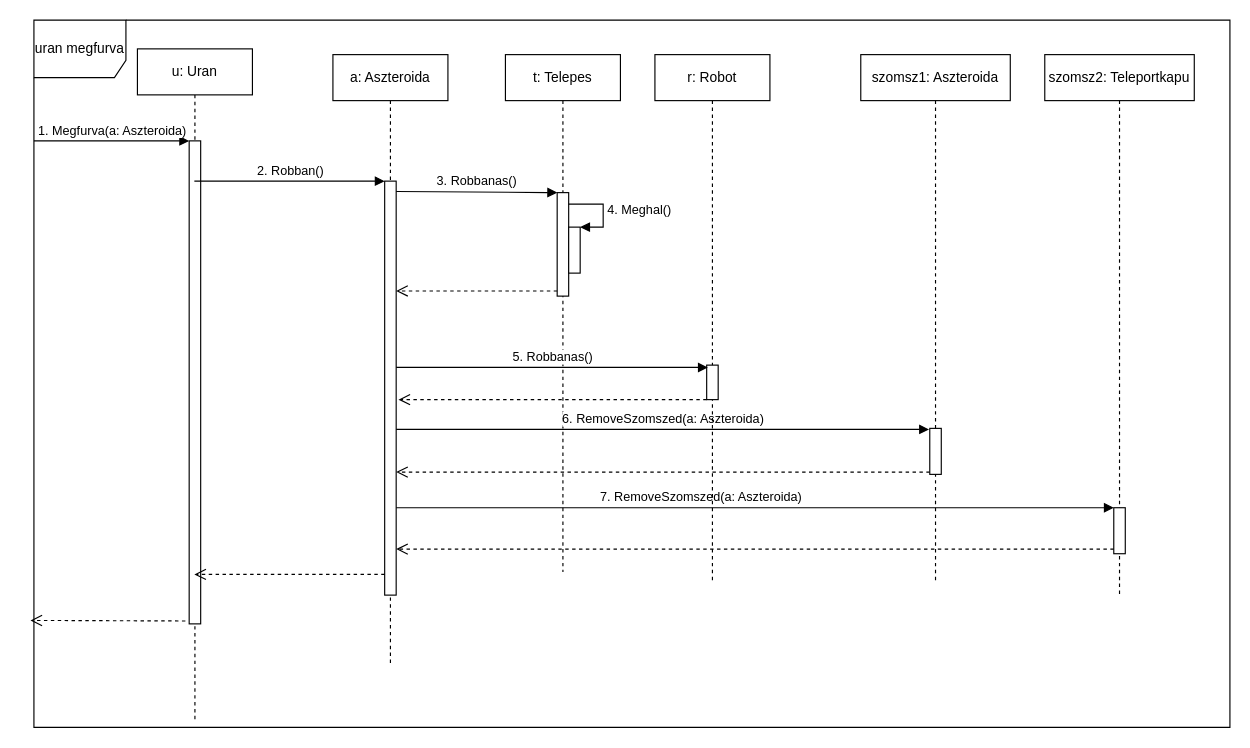
Before: page "aszteroida robban" (2 of 5) of doc/szekvencia/szek_UranLerak.drawio in torpeBoiGo/aszteroidabanyaszat, a draw.io diagram. Source tidied: cells renumbered, new cells numbered last; positions are measured from the earlier drawing's top-left corner, leaving out a move shared by most shapes. Both pictures are drawn from the tidied source at 115%, with x=0, y=0 at pixel (30, 20).
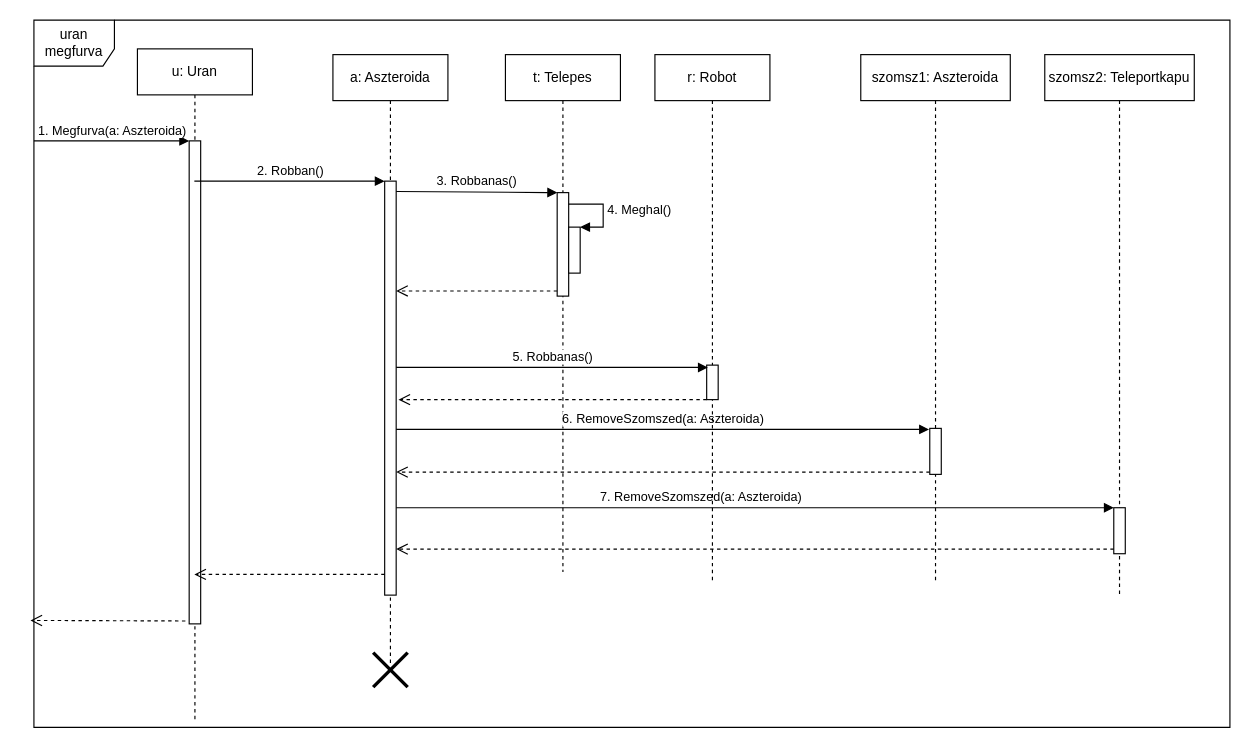
After the change.

Commit message:
Update szek_UranLerak.drawio: lifeline vege felrakva

The change refers to these unchanged cells:
```xml
<mxCell id="6" value="a: Aszteroida" style="shape=umlLifeline;perimeter=lifelinePerimeter;whiteSpace=wrap;html=1;" parent="1" vertex="1">
  <mxGeometry x="263" y="30" width="100" height="530" as="geometry" />
</mxCell>
```

What changed in the source:
```diff
@@
-    <mxCell id="2" value="uran megfurva" style="shape=umlFrame;whiteSpace=wrap;html=1;width=80;height=50;" parent="1" vertex="1">
+    <mxCell id="2" value="uran megfurva" style="shape=umlFrame;whiteSpace=wrap;html=1;width=70;height=40;" parent="1" vertex="1">
       <mxGeometry x="3" width="1040" height="615" as="geometry" />
     </mxCell>
@@
+    <mxCell id="29" style="shape=umlDestroy;whiteSpace=wrap;html=1;strokeWidth=3;" parent="6" vertex="1">
+      <mxGeometry x="35" y="520" width="30" height="30" as="geometry" />
+    </mxCell>
```
